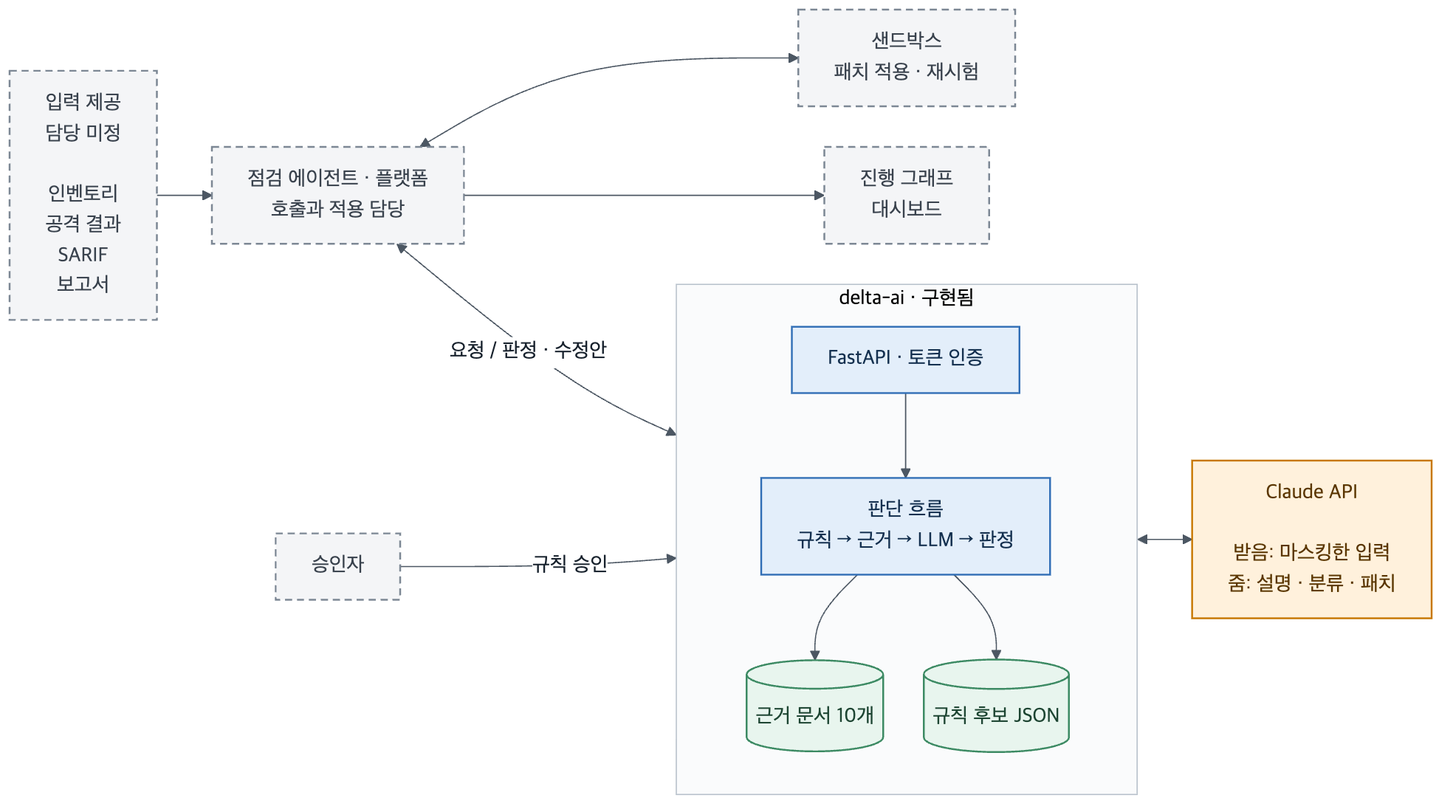
Before: services/delta-ai/docs/diagrams/01-system.png, a diagram exported from Mermaid (2026-sbh-delta/delta-network-gateway). Its source is kept beside it as services/delta-ai/docs/diagrams/01-system.mmd.
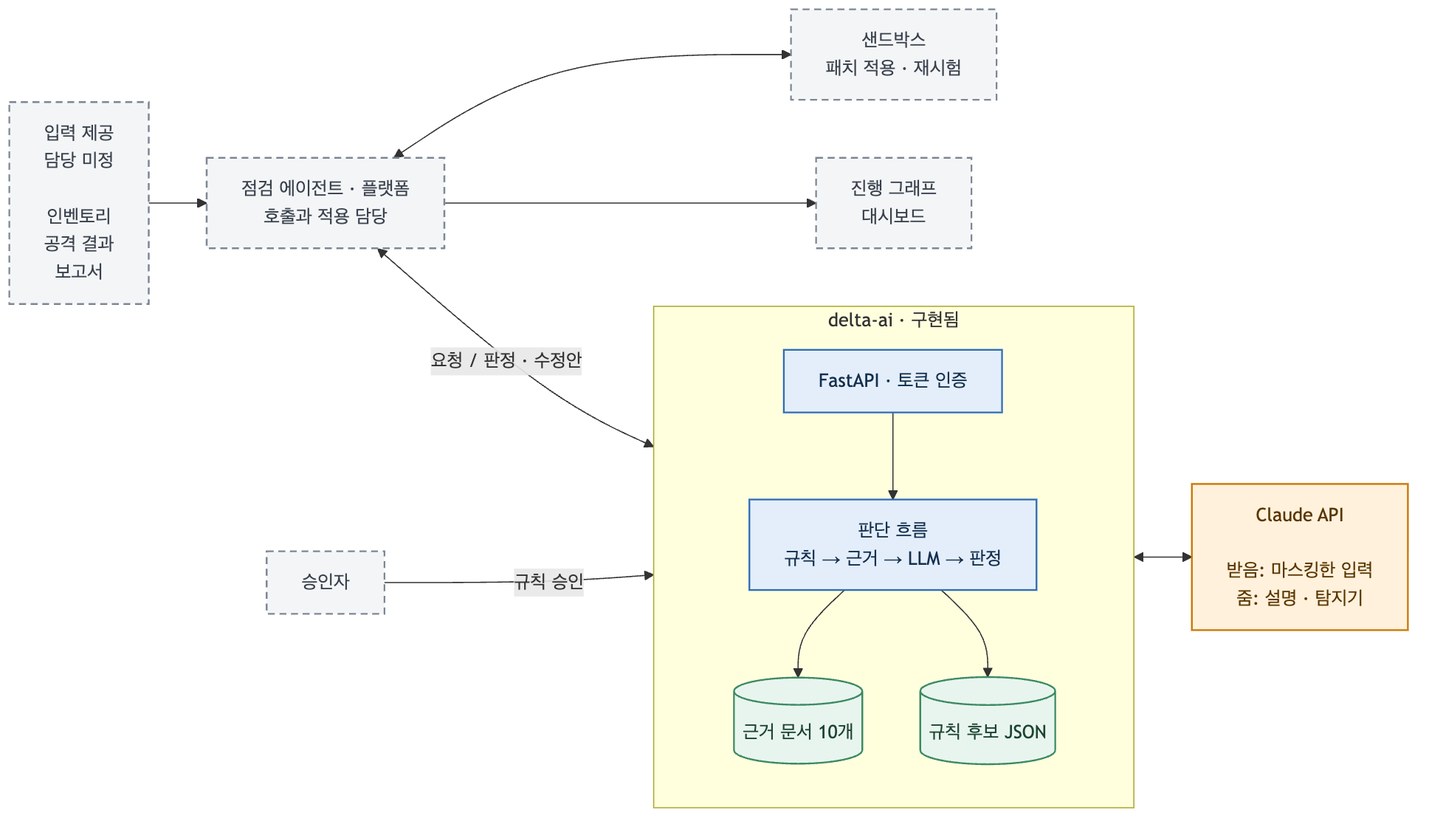
Above is the later version.

The edit, as a diff of the source:
```diff
@@ -1,5 +1,5 @@
 flowchart LR
-  inputs["입력 제공<br/>담당 미정<br/><br/>인벤토리<br/>공격 결과<br/>SARIF<br/>보고서"]:::planned
+  inputs["입력 제공<br/>담당 미정<br/><br/>인벤토리<br/>공격 결과<br/>보고서"]:::planned
   agent["점검 에이전트 · 플랫폼<br/>호출과 적용 담당"]:::planned
   sandbox["샌드박스<br/>패치 적용 · 재시험"]:::planned
   ui["진행 그래프<br/>대시보드"]:::planned
@@ -15,7 +15,7 @@
     core --> docs
     core --> store
   end
-  llm["Claude API<br/><br/>받음: 마스킹한 입력<br/>줌: 설명 · 분류 · 패치"]:::ext
+  llm["Claude API<br/><br/>받음: 마스킹한 입력<br/>줌: 설명 · 탐지기"]:::ext
 
   inputs --> agent
   agent <-- "요청 / 판정 · 수정안" --> delta
```
